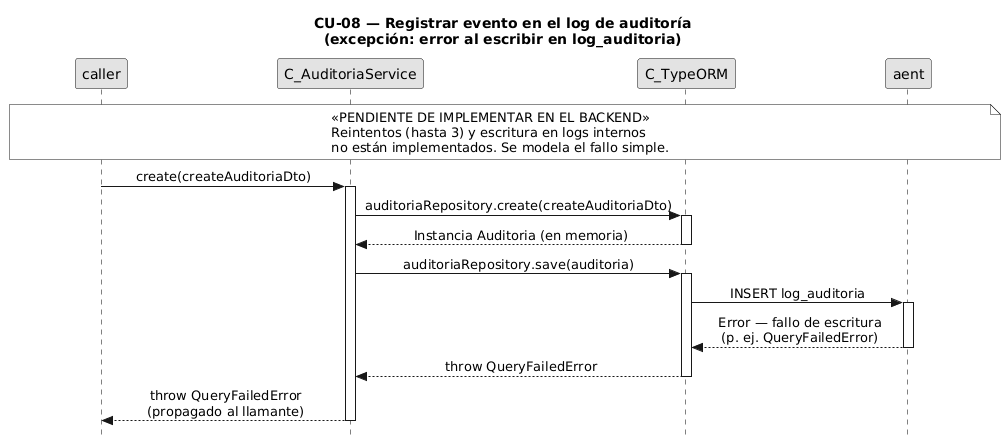
This is diagramas-secuencia/CU08/CU08-exc-error-escritura.png from FSM-Finet-y-Cable-Magico/Team_1-Inventario-y-Bodega, a PlantUML export, as it was before one commit.
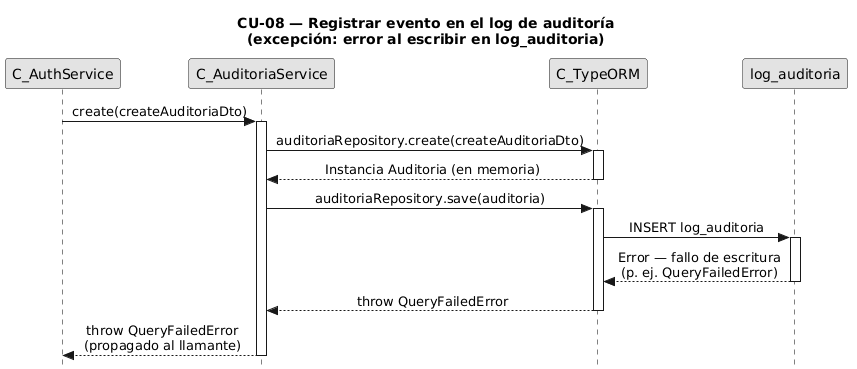
The same file after the commit.

Diff of the diagram source:
```diff
@@ -1,23 +1,15 @@
-@startuml CU08-exc-error-escritura
+@startuml
 title CU-08 — Registrar evento en el log de auditoría\n(excepción: error al escribir en log_auditoria)
 
 skinparam style strictuml
 skinparam monochrome true
 skinparam shadowing false
 skinparam sequenceMessageAlign center
-skinparam ParticipantPadding 70
-skinparam ActorPadding 30
 skinparam sequence {
   MessageAlign center
   LifeLineBorderColor black
 }
 hide footbox
-
-note over caller, aent
-  «PENDIENTE DE IMPLEMENTAR EN EL BACKEND»
-  Reintentos (hasta 3) y escritura en logs internos
-  no están implementados. Se modela el fallo simple.
-end note
 
 participant "C_AuthService" as caller
 participant "C_AuditoriaService" as aud
@@ -45,5 +37,4 @@
 
 aud --> caller : throw QueryFailedError\n(propagado al llamante)
 deactivate aud
-
 @enduml
```
